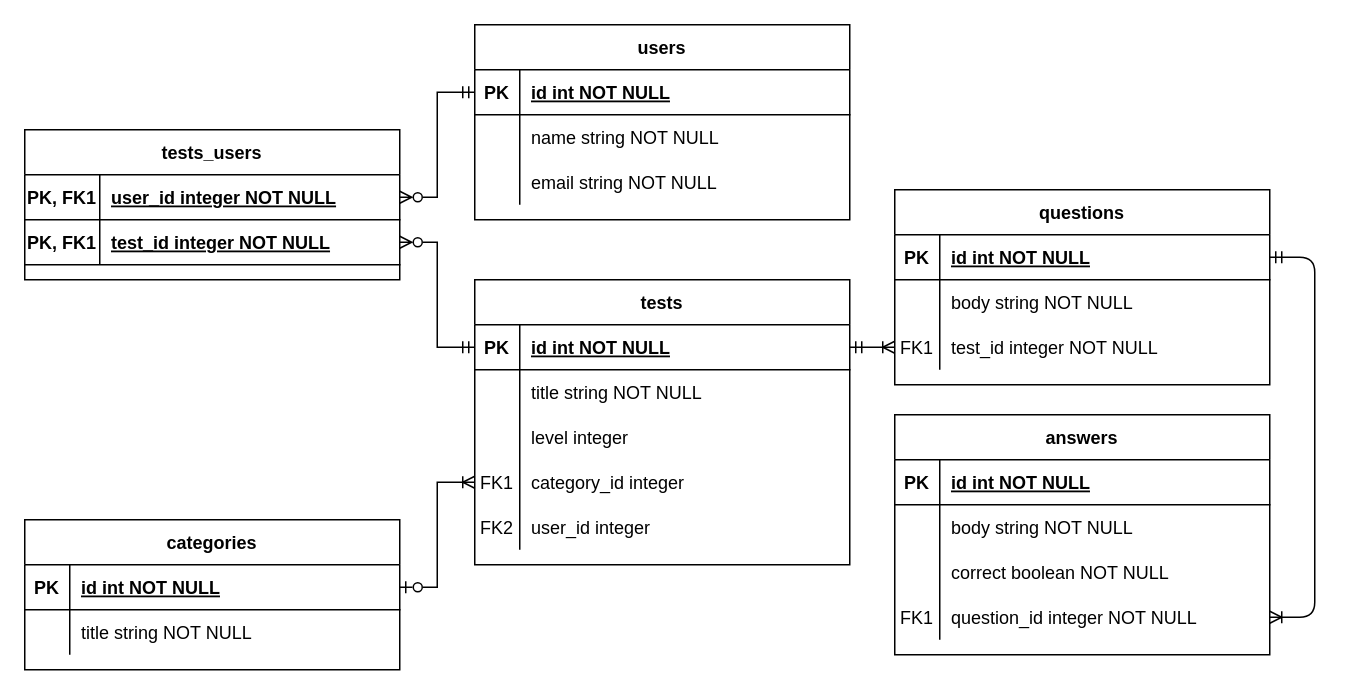
Earlier version of the draw.io diagram Test_Guru.drawio (Alyona-GS/Test_Guru). Source tidied: cells renumbered, new cells numbered last; positions are measured from the earlier drawing's top-left corner, leaving out a move shared by most shapes. Both pictures are drawn from the tidied source at 150%, with x=0, y=0 at pixel (24, 24).
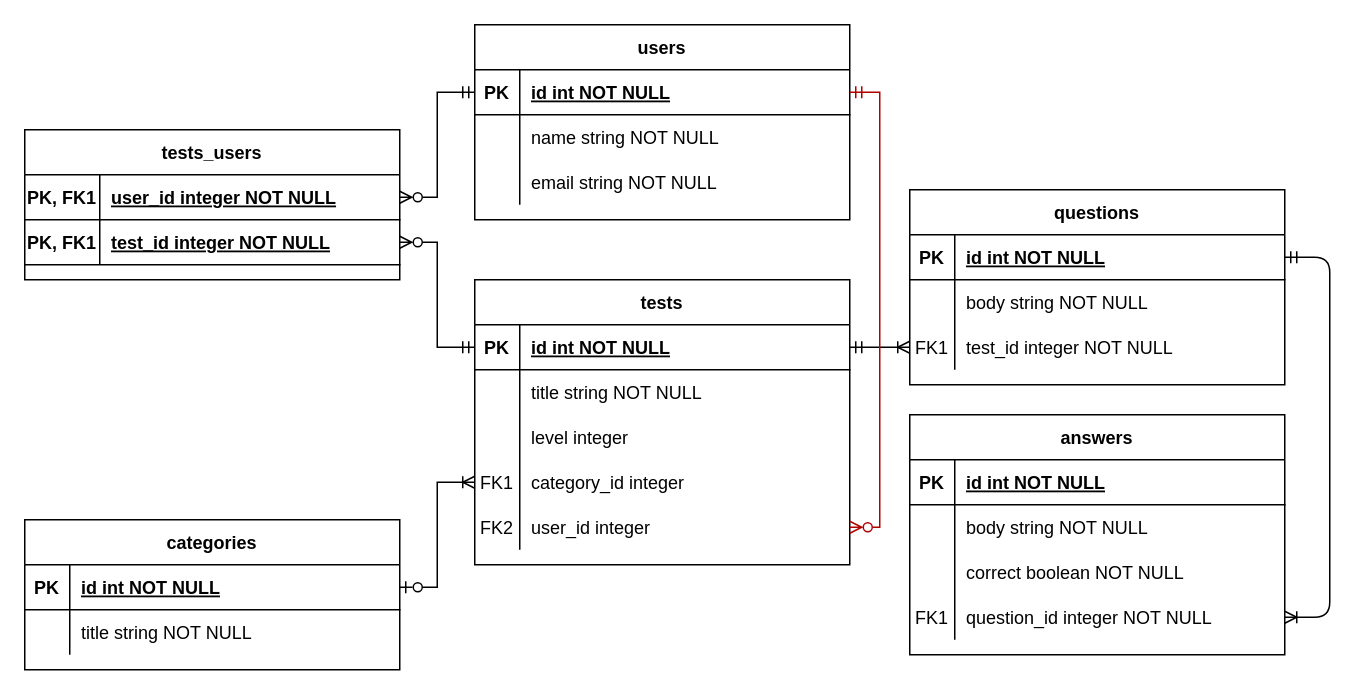
After the change.

Commit message:
docs: add association to tests.user_id Test_Guru.drawio

The change refers to these unchanged cells:
```xml
<mxCell id="47" style="shape=partialRectangle;fillColor=none;points=[[0,0.5],[1,0.5]];portConstraint=eastwest;top=0;left=0;right=0;bottom=0;" parent="34" vertex="1">
  <mxGeometry y="150" width="250" height="30" as="geometry" />
</mxCell>
<mxCell id="51" style="shape=partialRectangle;fillColor=none;points=[[0,0.5],[1,0.5]];portConstraint=eastwest;top=0;left=0;right=0;bottom=1;" parent="50" vertex="1">
  <mxGeometry y="30" width="250" height="30" as="geometry" />
</mxCell>
```

The edit, as a diff of the source:
```diff
@@
     <mxCell id="11" value="questions" style="shape=table;startSize=30;childLayout=tableLayout;rowLines=0;fontStyle=1;align=center;" parent="1" vertex="1">
-      <mxGeometry x="580" y="110" width="250" height="130" as="geometry" />
+      <mxGeometry x="590" y="110" width="250" height="130" as="geometry" />
     </mxCell>
@@
     <mxCell id="21" value="answers" style="shape=table;startSize=30;childLayout=tableLayout;rowLines=0;fontStyle=1;align=center;" parent="1" vertex="1">
-      <mxGeometry x="580" y="260" width="250" height="160" as="geometry" />
+      <mxGeometry x="590" y="260" width="250" height="160" as="geometry" />
     </mxCell>
@@
+    <mxCell id="70" style="edgeStyle=orthogonalEdgeStyle;rounded=0;jettySize=auto;html=1;exitX=1;exitY=0.5;exitDx=0;exitDy=0;entryX=1;entryY=0.5;entryDx=0;entryDy=0;endArrow=ERmandOne;endFill=0;startArrow=ERzeroToMany;startFill=0;fillColor=#e51400;strokeColor=#B20000;" parent="1" edge="1" source="47" target="51">
+      <mxGeometry relative="1" as="geometry" />
+    </mxCell>
```
